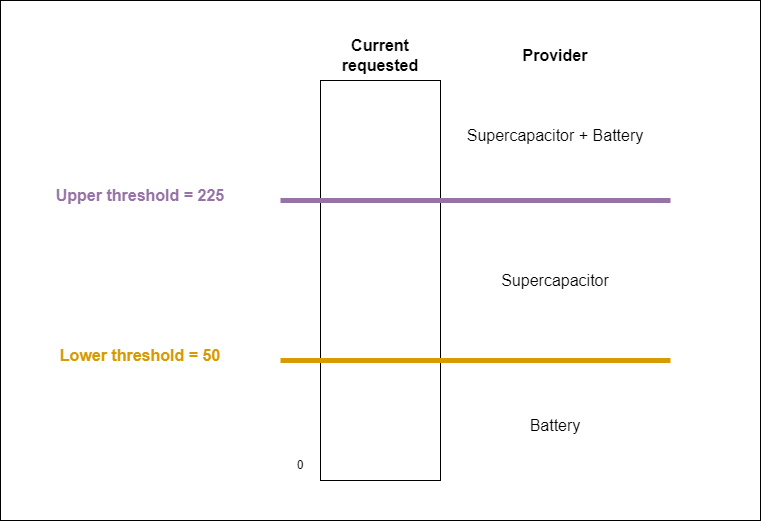
Above: images/threshold_vis.png in balintbujtor/lab3-em4iot (draw.io), before the change. Source tidied: cells renumbered, new cells last; positions are measured from the earlier drawing's top-left corner, leaving out a move shared by most shapes.
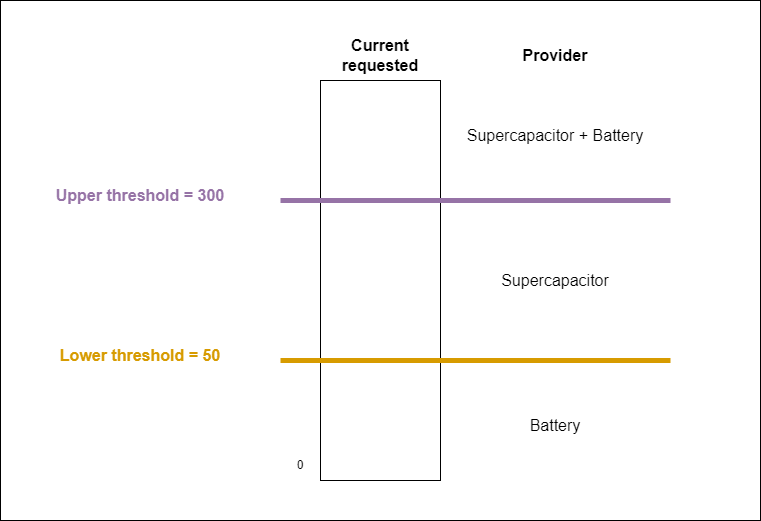
Later version of the same file.

What changed in the source:
```diff
@@ -23,7 +23,7 @@
     <mxCell id="6" value="Lower threshold = 50" style="text;html=1;align=center;verticalAlign=middle;whiteSpace=wrap;rounded=0;strokeWidth=6;fontStyle=1;fontSize=16;fontColor=#d79b00;" parent="1" vertex="1">
       <mxGeometry x="50" y="340" width="180" height="30" as="geometry" />
     </mxCell>
-    <mxCell id="7" value="Upper threshold = 225" style="text;html=1;align=center;verticalAlign=middle;whiteSpace=wrap;rounded=0;fontSize=16;fontStyle=1;fontColor=#9673a6;" parent="1" vertex="1">
+    <mxCell id="7" value="Upper threshold = 300" style="text;html=1;align=center;verticalAlign=middle;whiteSpace=wrap;rounded=0;fontSize=16;fontStyle=1;fontColor=#9673a6;" parent="1" vertex="1">
       <mxGeometry x="40" y="180" width="200" height="30" as="geometry" />
     </mxCell>
     <mxCell id="8" value="Current requested" style="text;html=1;align=center;verticalAlign=middle;whiteSpace=wrap;rounded=0;fontSize=16;fontStyle=1;" parent="1" vertex="1">
```
